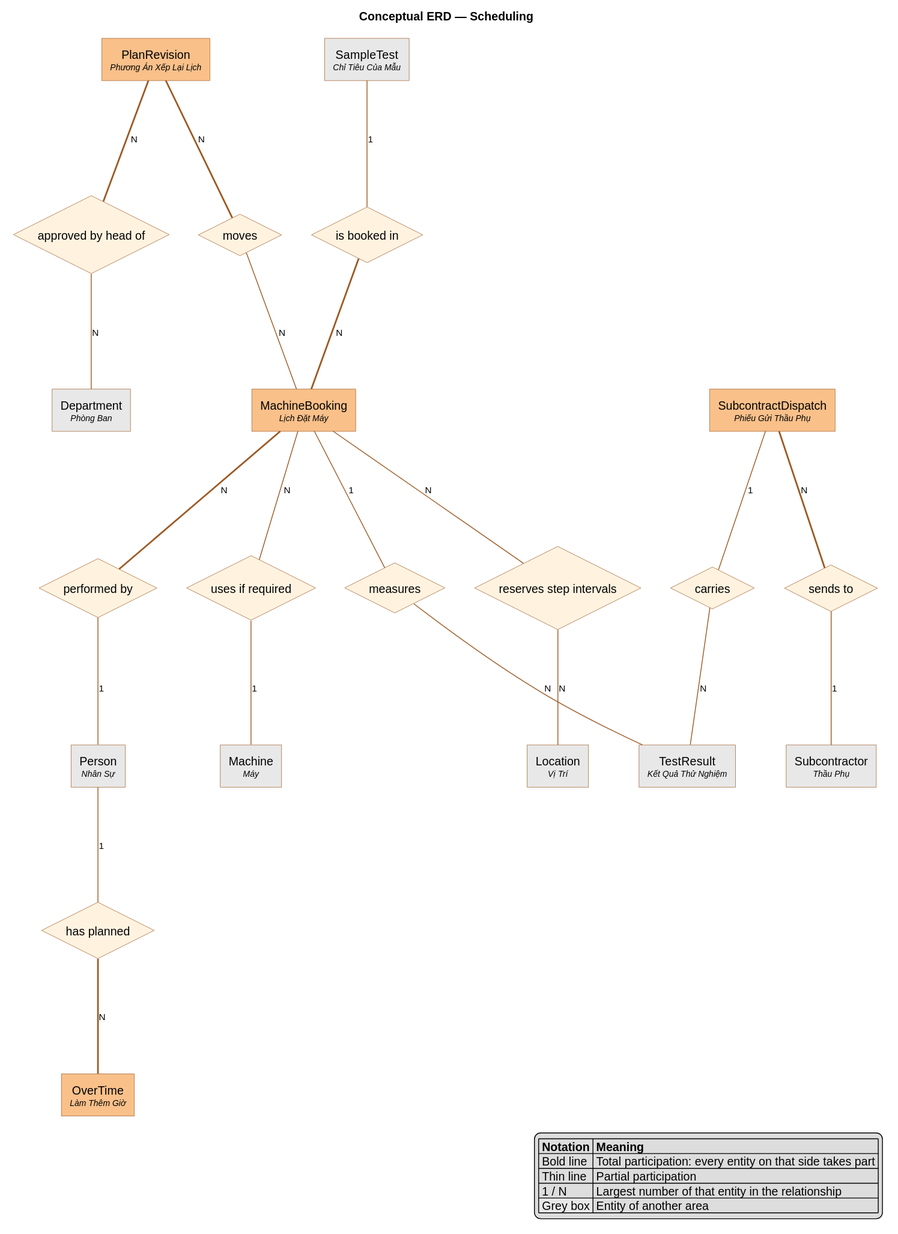
Before: docs/reports/erd-diagram/conceptual-scheduling.svg, a diagram exported from PlantUML (SoltuneMontepre/medilab).
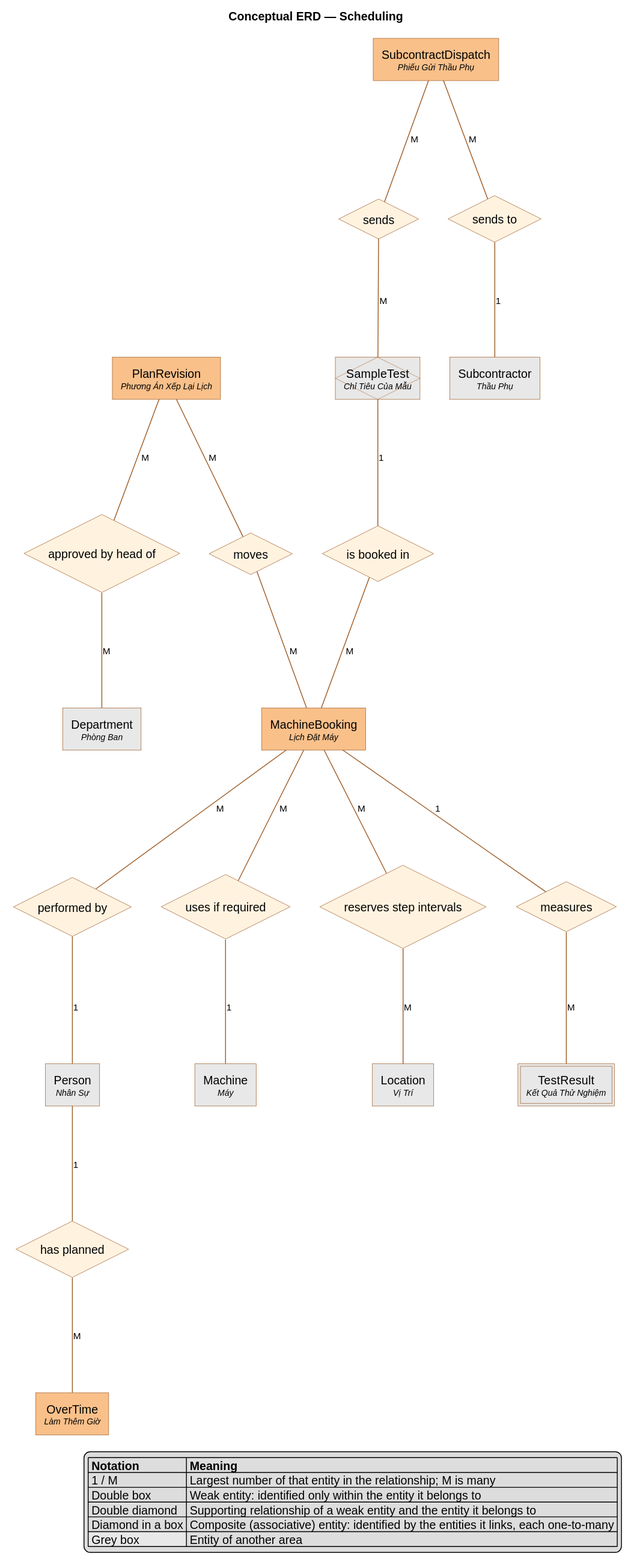
After the commit.

The edit, as a diff of the source:
```diff
@@ -25,7 +25,7 @@
 }
 entity "SampleTest\n<size:10><i>Chỉ Tiêu Của Mẫu</i></size>" as E10 <<ext>> {
 }
-entity "TestResult\n<size:10><i>Kết Quả Thử Nghiệm</i></size>" as E11 <<ext>> {
+entity "TestResult\n<size:10><i>Kết Quả Thử Nghiệm</i></size>" as E11 <<weak>> <<ext>> {
 }
 relationship "is booked in" as R1 <<rel>> {
 }
@@ -41,37 +41,38 @@
 }
 relationship "approved by head of" as R7 <<rel>> {
 }
-relationship "carries" as R8 <<rel>> {
+relationship "sends" as R8 <<rel>> {
 }
 relationship "sends to" as R9 <<rel>> {
 }
 relationship "has planned" as R10 <<rel>> {
 }
 E10 -1- R1
-R1 =N= E6
-E6 =N= R2
+R1 -M- E6
+E6 -M- R2
 R2 -1- E2
-E6 -N- R3
+E6 -M- R3
 R3 -1- E3
-E6 -N- R4
-R4 -N- E4
+E6 -M- R4
+R4 -M- E4
 E6 -1- R5
-R5 -N- E11
-E7 =N= R6
-R6 -N- E6
-E7 =N= R7
-R7 -N- E1
-E9 -1- R8
-R8 -N- E11
-E9 =N= R9
+R5 -M- E11
+E7 -M- R6
+R6 -M- E6
+E7 -M- R7
+R7 -M- E1
+E9 -M- R8
+R8 -M- E10
+E9 -M- R9
 R9 -1- E5
 E2 -1- R10
-R10 =N= E8
+R10 -M- E8
 legend right
 |= Notation |= Meaning |
-| Bold line | Total participation: every entity on that side takes part |
-| Thin line | Partial participation |
-| 1 / N | Largest number of that entity in the relationship |
+| 1 / M | Largest number of that entity in the relationship; M is many |
+| Double box | Weak entity: identified only within the entity it belongs to |
+| Double diamond | Supporting relationship of a weak entity and the entity it belongs to |
+| Diamond in a box | Composite (associative) entity: identified by the entities it links, each one-to-many |
 |<#E8E8E8> Grey box | Entity of another area |
 endlegend
 @endchen
```
